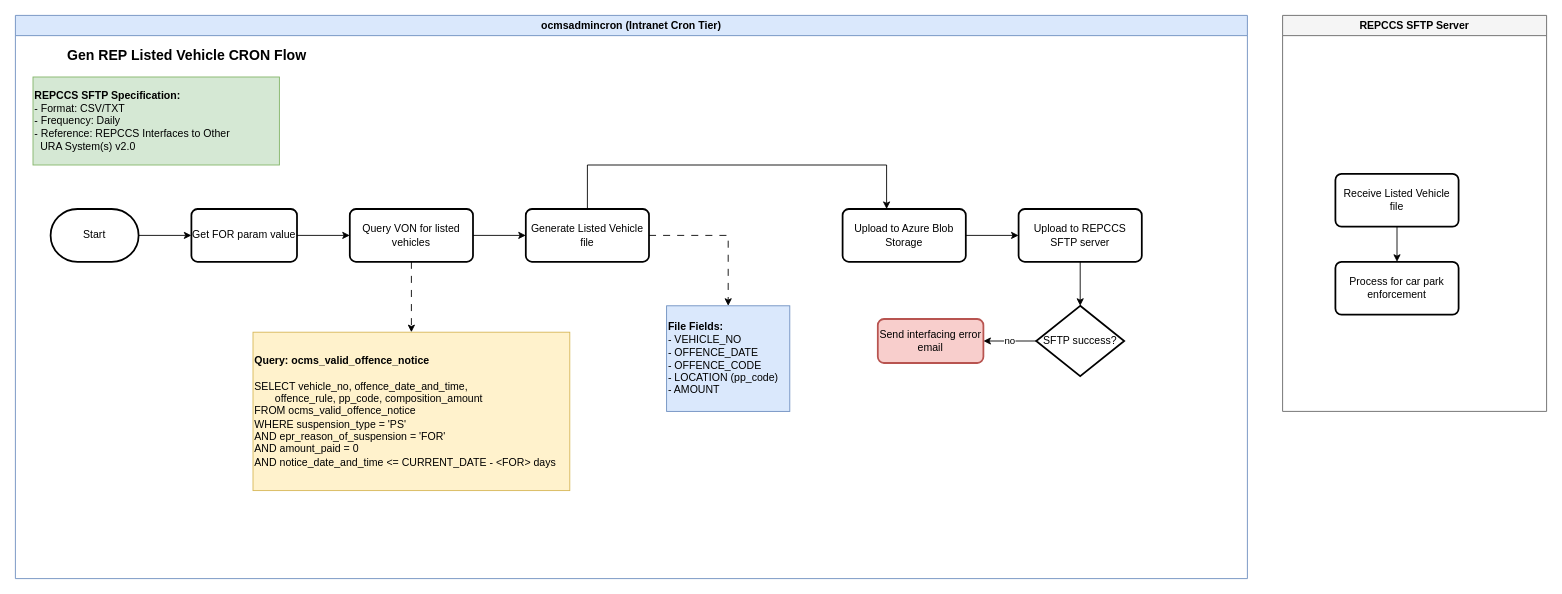
rafifmgg/techdoc keeps this draw.io diagram as page "8_REPCCS_Listed_Vehicles" (8 of 10) of OCMS 14/Section 2/OCMS14-Technical_Flowchart_Section_2.drawio. Above is the earlier version. Source tidied: cells renumbered, new cells numbered last; positions are measured from the earlier drawing's top-left corner, leaving out a move shared by most shapes. Both pictures are drawn from the tidied source at 88%, with x=0, y=0 at pixel (15, 15).
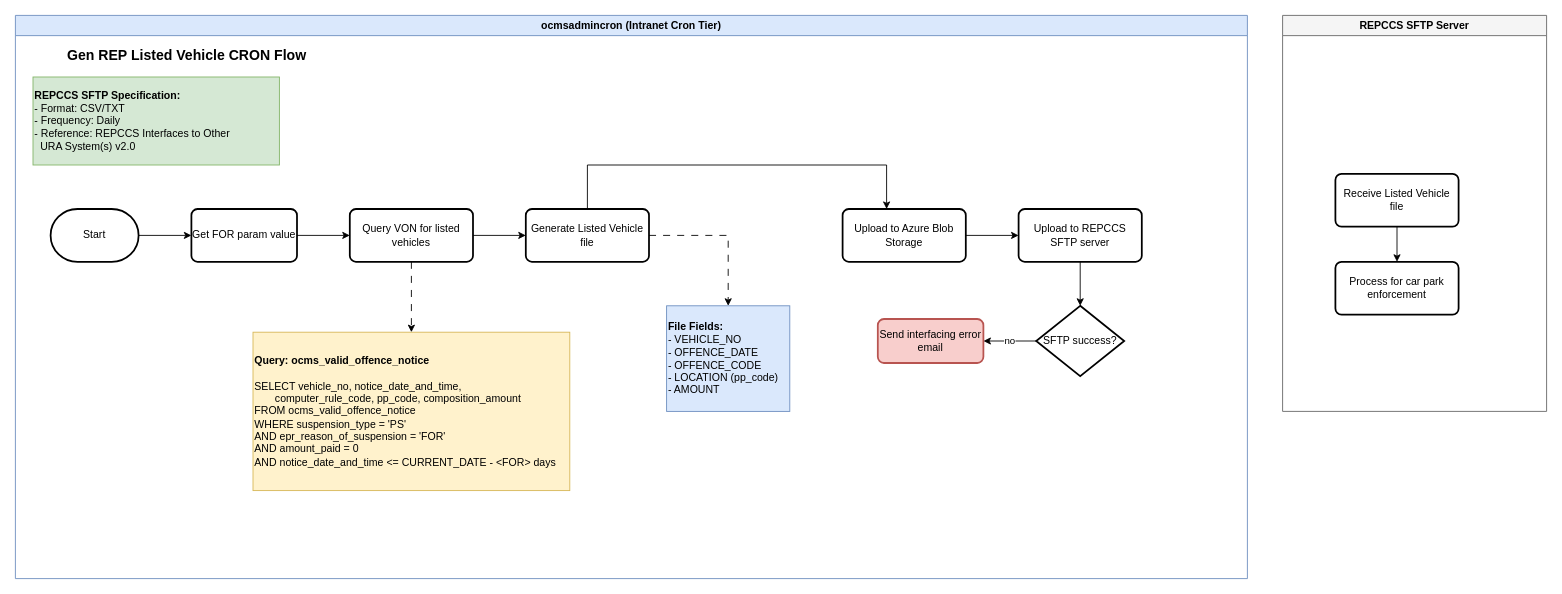
The same diagram, later.

The edit, as a diff of the source:
```diff
@@
-    <mxCell id="26" value="&lt;b&gt;Query: ocms_valid_offence_notice&lt;/b&gt;&lt;div&gt;&lt;br&gt;&lt;/div&gt;&lt;div&gt;SELECT vehicle_no, offence_date_and_time,&lt;/div&gt;&lt;div&gt;&amp;nbsp; &amp;nbsp; &amp;nbsp; &amp;nbsp;offence_rule, pp_code, composition_amount&lt;/div&gt;&lt;div&gt;FROM ocms_valid_offence_notice&lt;/div&gt;&lt;div&gt;WHERE suspension_type = 'PS'&lt;/div&gt;&lt;div&gt;AND epr_reason_of_suspension = 'FOR'&lt;/div&gt;&lt;div&gt;AND amount_paid = 0&lt;/div&gt;&lt;div&gt;AND notice_date_and_time &amp;lt;= CURRENT_DATE - &amp;lt;FOR&amp;gt; days&lt;/div&gt;" style="text;html=1;whiteSpace=wrap;strokeColor=#d6b656;fillColor=#fff2cc;align=left;verticalAlign=middle;rounded=0;" parent="1" vertex="1">
+    <mxCell id="26" value="&lt;b&gt;Query: ocms_valid_offence_notice&lt;/b&gt;&lt;div&gt;&lt;br&gt;&lt;/div&gt;&lt;div&gt;SELECT vehicle_no, notice_date_and_time,&lt;/div&gt;&lt;div&gt;&amp;nbsp; &amp;nbsp; &amp;nbsp; &amp;nbsp;computer_rule_code, pp_code, composition_amount&lt;/div&gt;&lt;div&gt;FROM ocms_valid_offence_notice&lt;/div&gt;&lt;div&gt;WHERE suspension_type = 'PS'&lt;/div&gt;&lt;div&gt;AND epr_reason_of_suspension = 'FOR'&lt;/div&gt;&lt;div&gt;AND amount_paid = 0&lt;/div&gt;&lt;div&gt;AND notice_date_and_time &amp;lt;= CURRENT_DATE - &amp;lt;FOR&amp;gt; days&lt;/div&gt;" style="text;html=1;whiteSpace=wrap;strokeColor=#d6b656;fillColor=#fff2cc;align=left;verticalAlign=middle;rounded=0;" parent="1" vertex="1">
       <mxGeometry x="270" y="360" width="360" height="180" as="geometry" />
     </mxCell>
```
